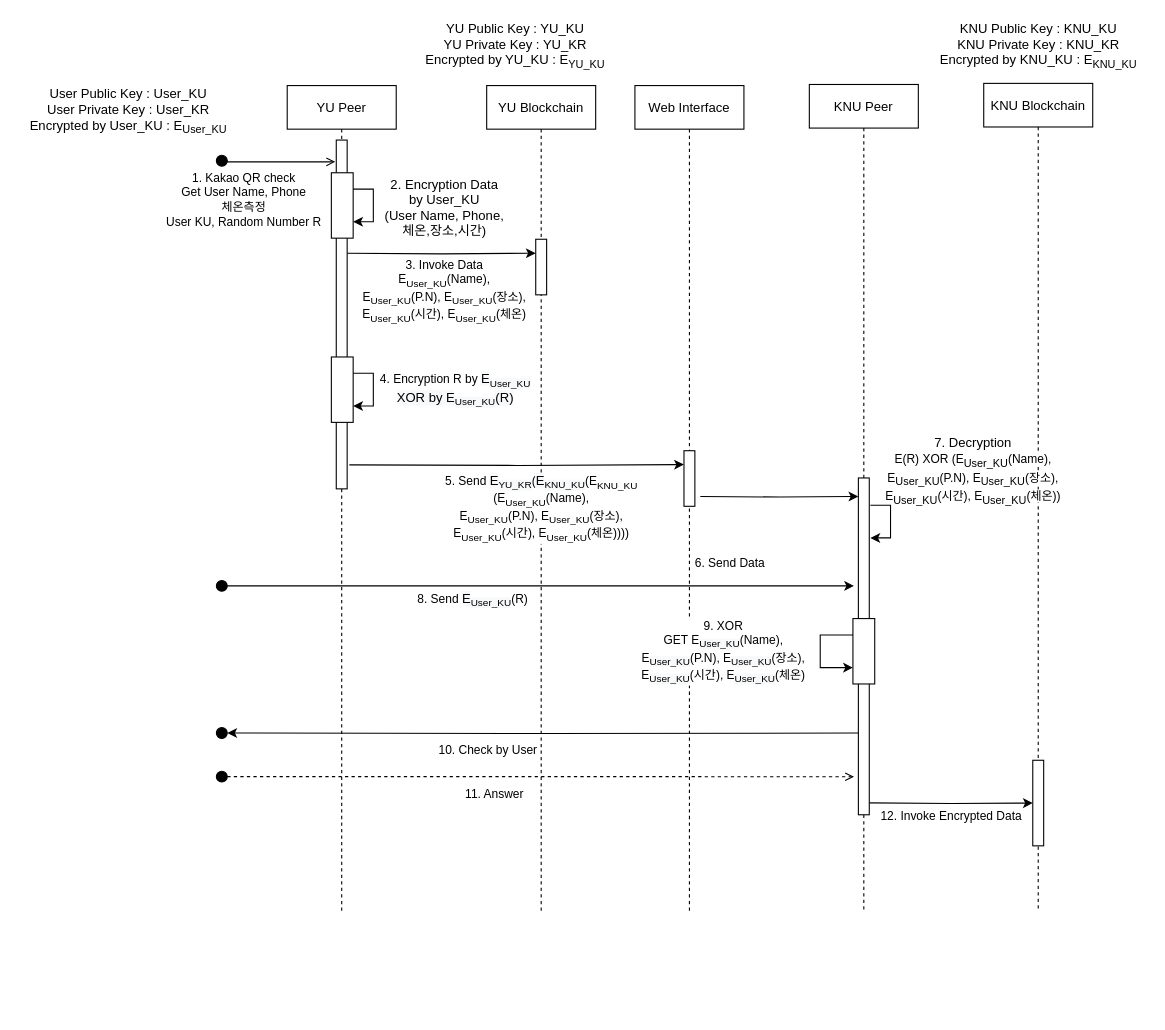
This is page "check by other org" (1 of 3) of Sequence Diagram.drawio from GunhyungKim/TrackingSystem, a draw.io file, before an edit. Source tidied: cells renumbered, new cells numbered last; positions are measured from the earlier drawing's top-left corner, leaving out a move shared by most shapes. Both pictures are drawn from the tidied source at 109%, with x=0, y=0 at pixel (19, 19).
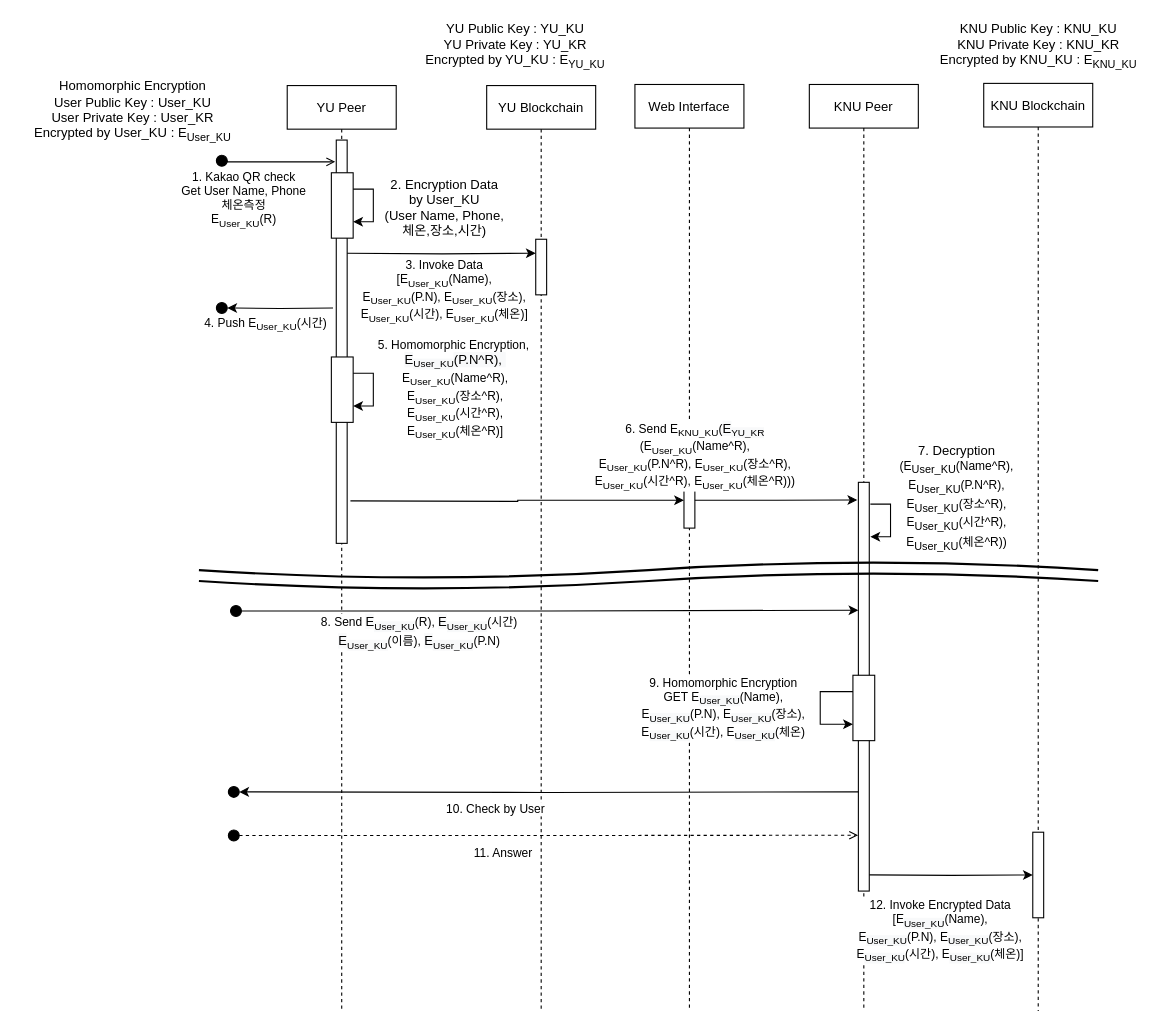
Above is the later version.

Unchanged cells that the change refers to:
```xml
<mxCell id="16" style="edgeStyle=orthogonalEdgeStyle;rounded=0;orthogonalLoop=1;jettySize=auto;html=1;exitX=1;exitY=0.25;exitDx=0;exitDy=0;entryX=1;entryY=0.75;entryDx=0;entryDy=0;" parent="11" edge="1" source="15" target="15">
  <mxGeometry relative="1" as="geometry">
    <Array as="points">
      <mxPoint x="79" y="264" />
      <mxPoint x="79" y="294" />
    </Array>
  </mxGeometry>
</mxCell>
<mxCell id="19" style="edgeStyle=orthogonalEdgeStyle;rounded=0;jettySize=auto;html=1;exitX=1;exitY=0.5;exitDx=0;exitDy=0;endArrow=open;endFill=0;" parent="1" edge="1" source="18">
  <mxGeometry relative="1" as="geometry">
    <mxPoint x="290" y="131" as="targetPoint" />
    <Array as="points">
      <mxPoint x="191" y="131" />
    </Array>
  </mxGeometry>
</mxCell>
<mxCell id="24" style="edgeStyle=orthogonalEdgeStyle;rounded=0;jettySize=auto;html=1;exitX=1;exitY=0.919;exitDx=0;exitDy=0;entryX=0;entryY=0.25;entryDx=0;entryDy=0;exitPerimeter=0;" parent="1" edge="1" target="23">
  <mxGeometry relative="1" as="geometry">
    <mxPoint x="301" y="214.9" as="sourcePoint" />
  </mxGeometry>
</mxCell>
```

The edit, as a diff of the source:
```diff
@@
     <mxCell id="2" value="Web Interface" style="shape=umlLifeline;perimeter=lifelinePerimeter;rounded=0;shadow=0;strokeWidth=1;" parent="1" vertex="1">
-      <mxGeometry x="565" y="61" width="100" height="759" as="geometry" />
+      <mxGeometry x="565" y="60" width="100" height="850" as="geometry" />
     </mxCell>
     <mxCell id="3" style="rounded=0;whiteSpace=wrap;html=1;" parent="2" vertex="1">
-      <mxGeometry x="45" y="335" width="10" height="51" as="geometry" />
+      <mxGeometry x="45" y="356" width="10" height="51" as="geometry" />
     </mxCell>
     <mxCell id="4" value="KNU Peer" style="shape=umlLifeline;perimeter=lifelinePerimeter;rounded=0;shadow=0;strokeWidth=1;" parent="1" vertex="1">
-      <mxGeometry x="725" y="60" width="100" height="759" as="geometry" />
+      <mxGeometry x="725" y="60" width="100" height="850" as="geometry" />
     </mxCell>
     <mxCell id="5" style="rounded=0;whiteSpace=wrap;html=1;" parent="4" vertex="1">
-      <mxGeometry x="45" y="361" width="10" height="309" as="geometry" />
+      <mxGeometry x="45" y="365" width="10" height="375" as="geometry" />
     </mxCell>
     <mxCell id="6" style="rounded=0;whiteSpace=wrap;html=1;fillColor=#FFFFFF;" parent="4" vertex="1">
-      <mxGeometry x="40" y="490" width="20" height="60" as="geometry" />
+      <mxGeometry x="40" y="542" width="20" height="60" as="geometry" />
     </mxCell>
     <mxCell id="7" style="edgeStyle=orthogonalEdgeStyle;rounded=0;orthogonalLoop=1;jettySize=auto;html=1;exitX=0;exitY=0.25;exitDx=0;exitDy=0;entryX=0;entryY=0.75;entryDx=0;entryDy=0;" parent="4" edge="1" source="6" target="6">
       <mxGeometry relative="1" as="geometry">
         <Array as="points">
-          <mxPoint x="10" y="505" />
-          <mxPoint x="10" y="535" />
+          <mxPoint x="10" y="557" />
+          <mxPoint x="10" y="587" />
         </Array>
       </mxGeometry>
     </mxCell>
-    <mxCell id="8" value="9. XOR&lt;br&gt;GET E&lt;sub style=&quot;background-color: rgb(248 , 249 , 250)&quot;&gt;User_KU&lt;/sub&gt;(Name),&lt;br style=&quot;background-color: rgb(248 , 249 , 250)&quot;&gt;E&lt;sub style=&quot;background-color: rgb(248 , 249 , 250)&quot;&gt;User_KU&lt;/sub&gt;(P.N), E&lt;sub style=&quot;background-color: rgb(248 , 249 , 250)&quot;&gt;User_KU&lt;/sub&gt;(장소),&lt;br style=&quot;background-color: rgb(248 , 249 , 250)&quot;&gt;E&lt;sub style=&quot;background-color: rgb(248 , 249 , 250)&quot;&gt;User_KU&lt;/sub&gt;(시간), E&lt;sub style=&quot;background-color: rgb(248 , 249 , 250)&quot;&gt;User_KU&lt;/sub&gt;(체온)" style="edgeLabel;html=1;align=center;verticalAlign=middle;" parent="7" vertex="1">
+    <mxCell id="8" value="9. Homomorphic Encryption&lt;br&gt;GET E&lt;sub style=&quot;background-color: rgb(248 , 249 , 250)&quot;&gt;User_KU&lt;/sub&gt;(Name),&lt;br style=&quot;background-color: rgb(248 , 249 , 250)&quot;&gt;E&lt;sub style=&quot;background-color: rgb(248 , 249 , 250)&quot;&gt;User_KU&lt;/sub&gt;(P.N), E&lt;sub style=&quot;background-color: rgb(248 , 249 , 250)&quot;&gt;User_KU&lt;/sub&gt;(장소),&lt;br style=&quot;background-color: rgb(248 , 249 , 250)&quot;&gt;E&lt;sub style=&quot;background-color: rgb(248 , 249 , 250)&quot;&gt;User_KU&lt;/sub&gt;(시간), E&lt;sub style=&quot;background-color: rgb(248 , 249 , 250)&quot;&gt;User_KU&lt;/sub&gt;(체온)" style="edgeLabel;html=1;align=center;verticalAlign=middle;" parent="7" vertex="1">
       <mxGeometry x="-0.43" y="-3" relative="1" as="geometry">
         <mxPoint x="-94" y="18" as="offset" />
       </mxGeometry>
     </mxCell>
     <mxCell id="9" value="KNU Blockchain" style="shape=umlLifeline;perimeter=lifelinePerimeter;rounded=0;shadow=0;strokeWidth=1;" parent="1" vertex="1">
-      <mxGeometry x="885" y="59" width="100" height="760" as="geometry" />
+      <mxGeometry x="885" y="59" width="100" height="851" as="geometry" />
     </mxCell>
     <mxCell id="10" style="rounded=0;whiteSpace=wrap;html=1;" parent="9" vertex="1">
-      <mxGeometry x="45" y="621" width="10" height="78.5" as="geometry" />
+      <mxGeometry x="45" y="687" width="10" height="78.5" as="geometry" />
     </mxCell>
+    <mxCell id="34" value="7. Decryption&lt;br&gt;&lt;span style=&quot;font-size: 11px ; background-color: rgb(255 , 255 , 255)&quot;&gt;(E&lt;/span&gt;&lt;sub&gt;User_KU&lt;/sub&gt;&lt;span style=&quot;font-size: 11px ; background-color: rgb(255 , 255 , 255)&quot;&gt;(Name^R),&lt;/span&gt;&lt;br style=&quot;font-size: 11px&quot;&gt;&lt;span style=&quot;font-size: 11px ; background-color: rgb(255 , 255 , 255)&quot;&gt;E&lt;/span&gt;&lt;sub&gt;User_KU&lt;/sub&gt;&lt;span style=&quot;font-size: 11px ; background-color: rgb(255 , 255 , 255)&quot;&gt;(P.N^R), &lt;br&gt;E&lt;/span&gt;&lt;sub&gt;User_KU&lt;/sub&gt;&lt;span style=&quot;font-size: 11px ; background-color: rgb(255 , 255 , 255)&quot;&gt;(장소^R),&lt;/span&gt;&lt;br style=&quot;font-size: 11px&quot;&gt;&lt;span style=&quot;font-size: 11px ; background-color: rgb(255 , 255 , 255)&quot;&gt;E&lt;/span&gt;&lt;sub&gt;User_KU&lt;/sub&gt;&lt;span style=&quot;font-size: 11px ; background-color: rgb(255 , 255 , 255)&quot;&gt;(시간^R), &lt;br&gt;E&lt;/span&gt;&lt;sub&gt;User_KU&lt;/sub&gt;&lt;span style=&quot;font-size: 11px ; background-color: rgb(255 , 255 , 255)&quot;&gt;(체온^R))&lt;/span&gt;" style="text;html=1;align=center;verticalAlign=middle;" parent="9" vertex="1">
+      <mxGeometry x="-85" y="325" width="120" height="110" as="geometry" />
+    </mxCell>
     <mxCell id="11" value="YU Peer" style="shape=umlLifeline;perimeter=lifelinePerimeter;rounded=0;shadow=0;strokeWidth=1;" parent="1" vertex="1">
-      <mxGeometry x="246" y="61" width="100" height="759" as="geometry" />
+      <mxGeometry x="246" y="61" width="100" height="849" as="geometry" />
     </mxCell>
     <mxCell id="12" style="rounded=0;whiteSpace=wrap;html=1;" parent="11" vertex="1">
-      <mxGeometry x="45" y="50" width="10" height="320" as="geometry" />
+      <mxGeometry x="45" y="50" width="10" height="370" as="geometry" />
     </mxCell>
@@
-    <mxCell id="17" value="4. Encryption R by&amp;nbsp;&lt;span style=&quot;font-size: 12px ; background-color: rgb(248 , 249 , 250)&quot;&gt;E&lt;/span&gt;&lt;sub style=&quot;background-color: rgb(248 , 249 , 250)&quot;&gt;User_KU&lt;/sub&gt;&lt;br&gt;&lt;span style=&quot;font-size: 12px ; background-color: rgb(248 , 249 , 250)&quot;&gt;XOR by&amp;nbsp;&lt;/span&gt;&lt;span style=&quot;font-size: 12px ; background-color: rgb(248 , 249 , 250)&quot;&gt;E&lt;/span&gt;&lt;sub style=&quot;background-color: rgb(248 , 249 , 250)&quot;&gt;User_KU&lt;/sub&gt;&lt;span style=&quot;font-size: 12px ; background-color: rgb(248 , 249 , 250)&quot;&gt;(R)&lt;/span&gt;&lt;sub style=&quot;background-color: rgb(248 , 249 , 250)&quot;&gt;&lt;br&gt;&lt;/sub&gt;" style="edgeLabel;html=1;align=center;verticalAlign=middle;" parent="16" vertex="1">
+    <mxCell id="17" value="5. Homomorphic Encryption,&amp;nbsp;&lt;br&gt;&lt;span style=&quot;font-size: 12px ; background-color: rgb(248 , 249 , 250)&quot;&gt;E&lt;/span&gt;&lt;sub style=&quot;background-color: rgb(248 , 249 , 250)&quot;&gt;User_KU&lt;/sub&gt;&lt;span style=&quot;font-size: 12px ; background-color: rgb(248 , 249 , 250)&quot;&gt;(P.N^R),&amp;nbsp;&lt;br&gt;&lt;/span&gt;E&lt;sub&gt;User_KU&lt;/sub&gt;(Name^R), &lt;br&gt;E&lt;sub&gt;User_KU&lt;/sub&gt;(장소^R),&lt;br&gt;E&lt;sub&gt;User_KU&lt;/sub&gt;(시간^R), &lt;br&gt;E&lt;sub&gt;User_KU&lt;/sub&gt;(체온^R)]&lt;sub style=&quot;background-color: rgb(248 , 249 , 250)&quot;&gt;&lt;br&gt;&lt;/sub&gt;" style="edgeLabel;html=1;align=center;verticalAlign=middle;" parent="16" vertex="1">
       <mxGeometry x="-0.45" y="-4" relative="1" as="geometry">
         <mxPoint x="74.5" y="10" as="offset" />
       </mxGeometry>
     </mxCell>
@@
-    <mxCell id="20" value="1. Kakao QR check&lt;br&gt;Get User Name, Phone&lt;br&gt;체온측정&lt;br&gt;User KU, Random Number R" style="edgeLabel;html=1;align=center;verticalAlign=middle;" parent="19" vertex="1">
+    <mxCell id="20" value="1. Kakao QR check&lt;br&gt;Get User Name, Phone&lt;br&gt;체온측정&lt;br&gt;E&lt;sub&gt;User_KU&lt;/sub&gt;(R)" style="edgeLabel;html=1;align=center;verticalAlign=middle;" parent="19" vertex="1">
       <mxGeometry x="0.26" y="1" relative="1" as="geometry">
         <mxPoint x="-48" y="35" as="offset" />
       </mxGeometry>
     </mxCell>
@@
     <mxCell id="22" value="YU Blockchain" style="shape=umlLifeline;perimeter=lifelinePerimeter;rounded=0;shadow=0;strokeWidth=1;" parent="1" vertex="1">
-      <mxGeometry x="429" y="61" width="100" height="760" as="geometry" />
+      <mxGeometry x="429" y="61" width="100" height="849" as="geometry" />
     </mxCell>
@@
-    <mxCell id="25" value="3. Invoke Data&lt;br&gt;E&lt;sub&gt;User_KU&lt;/sub&gt;(Name),&lt;br&gt;E&lt;sub&gt;User_KU&lt;/sub&gt;(P.N), E&lt;sub&gt;User_KU&lt;/sub&gt;(장소),&lt;br&gt;E&lt;sub&gt;User_KU&lt;/sub&gt;(시간), E&lt;sub&gt;User_KU&lt;/sub&gt;(체온)" style="edgeLabel;html=1;align=center;verticalAlign=middle;" parent="24" vertex="1">
+    <mxCell id="25" value="3. Invoke Data&lt;br&gt;[E&lt;sub&gt;User_KU&lt;/sub&gt;(Name),&lt;br&gt;E&lt;sub&gt;User_KU&lt;/sub&gt;(P.N), E&lt;sub&gt;User_KU&lt;/sub&gt;(장소),&lt;br&gt;E&lt;sub&gt;User_KU&lt;/sub&gt;(시간), E&lt;sub&gt;User_KU&lt;/sub&gt;(체온)]" style="edgeLabel;html=1;align=center;verticalAlign=middle;" parent="24" vertex="1">
       <mxGeometry x="-0.23" y="1" relative="1" as="geometry">
         <mxPoint x="21" y="35.1" as="offset" />
       </mxGeometry>
     </mxCell>
-    <mxCell id="26" style="edgeStyle=orthogonalEdgeStyle;rounded=0;jettySize=auto;html=1;exitX=1.2;exitY=0.958;exitDx=0;exitDy=0;entryX=0;entryY=0.25;entryDx=0;entryDy=0;exitPerimeter=0;" parent="1" edge="1" target="3">
+    <mxCell id="26" style="edgeStyle=orthogonalEdgeStyle;rounded=0;jettySize=auto;html=1;entryX=0;entryY=0.5;entryDx=0;entryDy=0;" parent="1" edge="1" target="3">
       <mxGeometry relative="1" as="geometry">
-        <mxPoint x="303" y="409" as="sourcePoint" />
+        <mxPoint x="304" y="442" as="sourcePoint" />
       </mxGeometry>
     </mxCell>
-    <mxCell id="27" value="5. Send&amp;nbsp;&lt;span style=&quot;font-size: 12px ; background-color: rgb(248 , 249 , 250)&quot;&gt;E&lt;/span&gt;&lt;sub style=&quot;background-color: rgb(248 , 249 , 250)&quot;&gt;YU_KR&lt;/sub&gt;(&lt;span style=&quot;font-size: 12px ; background-color: rgb(248 , 249 , 250)&quot;&gt;E&lt;/span&gt;&lt;sub style=&quot;background-color: rgb(248 , 249 , 250)&quot;&gt;KNU_KU&lt;/sub&gt;(E&lt;sub&gt;KNU_KU&lt;br&gt;&lt;/sub&gt;(E&lt;sub&gt;User_KU&lt;/sub&gt;(Name),&lt;br&gt;E&lt;sub&gt;User_KU&lt;/sub&gt;(P.N), E&lt;sub&gt;User_KU&lt;/sub&gt;(장소),&lt;br&gt;E&lt;sub&gt;User_KU&lt;/sub&gt;(시간), E&lt;sub&gt;User_KU&lt;/sub&gt;(체온))))" style="edgeLabel;html=1;align=center;verticalAlign=middle;" parent="26" vertex="1">
+    <mxCell id="27" value="6. Send E&lt;sub&gt;KNU_KU&lt;/sub&gt;(&lt;span style=&quot;font-size: 12px ; background-color: rgb(248 , 249 , 250)&quot;&gt;E&lt;/span&gt;&lt;sub style=&quot;background-color: rgb(248 , 249 , 250)&quot;&gt;YU_KR&lt;/sub&gt;&lt;sub&gt;&lt;br&gt;&lt;/sub&gt;(E&lt;sub&gt;User_KU&lt;/sub&gt;(Name^R),&lt;br&gt;E&lt;sub&gt;User_KU&lt;/sub&gt;(P.N^R), E&lt;sub&gt;User_KU&lt;/sub&gt;(장소^R),&lt;br&gt;E&lt;sub&gt;User_KU&lt;/sub&gt;(시간^R), E&lt;sub&gt;User_KU&lt;/sub&gt;(체온^R)))" style="edgeLabel;html=1;align=center;verticalAlign=middle;" parent="26" vertex="1">
       <mxGeometry x="-0.62" y="-2" relative="1" as="geometry">
-        <mxPoint x="118" y="37" as="offset" />
+        <mxPoint x="258" y="-44" as="offset" />
       </mxGeometry>
     </mxCell>
-    <mxCell id="28" style="edgeStyle=orthogonalEdgeStyle;rounded=0;jettySize=auto;html=1;entryX=0;entryY=0.055;entryDx=0;entryDy=0;entryPerimeter=0;" parent="1" edge="1" target="5">
-      <mxGeometry relative="1" as="geometry">
-        <mxPoint x="625" y="438" as="sourcePoint" />
-      </mxGeometry>
+    <mxCell id="28" style="edgeStyle=orthogonalEdgeStyle;rounded=0;jettySize=auto;html=1;entryX=-0.1;entryY=0.043;entryDx=0;entryDy=0;entryPerimeter=0;exitX=1;exitY=0.5;exitDx=0;exitDy=0;" parent="1" edge="1" source="3" target="5">
+      <mxGeometry relative="1" as="geometry" />
     </mxCell>
-    <mxCell id="29" value="6. Send Data" style="edgeLabel;html=1;align=center;verticalAlign=middle;" parent="28" vertex="1">
-      <mxGeometry y="49" relative="1" as="geometry">
-        <mxPoint x="2" y="60" as="offset" />
-      </mxGeometry>
-    </mxCell>
-    <mxCell id="30" value="User Public Key : User_KU&lt;br&gt;User Private Key : User_KR&lt;br&gt;Encrypted by User_KU : E&lt;sub&gt;User_KU&lt;/sub&gt;" style="text;html=1;align=center;verticalAlign=middle;" parent="1" vertex="1">
-      <mxGeometry y="60" width="200" height="50" as="geometry" />
+    <mxCell id="30" value="Homomorphic Encryption&lt;br&gt;User Public Key : User_KU&lt;br&gt;User Private Key : User_KR&lt;br&gt;Encrypted by User_KU : E&lt;sub&gt;User_KU&lt;/sub&gt;" style="text;html=1;align=center;verticalAlign=middle;" parent="1" vertex="1">
+      <mxGeometry x="4" y="50" width="200" height="70" as="geometry" />
     </mxCell>
@@
     <mxCell id="33" style="edgeStyle=orthogonalEdgeStyle;rounded=0;orthogonalLoop=1;jettySize=auto;html=1;exitX=1;exitY=0.25;exitDx=0;exitDy=0;entryX=1;entryY=0.75;entryDx=0;entryDy=0;" parent="1" edge="1">
       <mxGeometry relative="1" as="geometry">
-        <mxPoint x="781" y="446" as="sourcePoint" />
-        <mxPoint x="781" y="476" as="targetPoint" />
+        <mxPoint x="781" y="445" as="sourcePoint" />
+        <mxPoint x="781" y="475" as="targetPoint" />
         <Array as="points">
-          <mxPoint x="799.5" y="446" />
-          <mxPoint x="799.5" y="476" />
+          <mxPoint x="799.5" y="445" />
+          <mxPoint x="799.5" y="475" />
         </Array>
       </mxGeometry>
     </mxCell>
-    <mxCell id="34" value="7. Decryption&lt;br&gt;&lt;span style=&quot;font-size: 11px ; background-color: rgb(255 , 255 , 255)&quot;&gt;E(R) XOR (E&lt;/span&gt;&lt;sub&gt;User_KU&lt;/sub&gt;&lt;span style=&quot;font-size: 11px ; background-color: rgb(255 , 255 , 255)&quot;&gt;(Name),&lt;/span&gt;&lt;br style=&quot;font-size: 11px&quot;&gt;&lt;span style=&quot;font-size: 11px ; background-color: rgb(255 , 255 , 255)&quot;&gt;E&lt;/span&gt;&lt;sub&gt;User_KU&lt;/sub&gt;&lt;span style=&quot;font-size: 11px ; background-color: rgb(255 , 255 , 255)&quot;&gt;(P.N), E&lt;/span&gt;&lt;sub&gt;User_KU&lt;/sub&gt;&lt;span style=&quot;font-size: 11px ; background-color: rgb(255 , 255 , 255)&quot;&gt;(장소),&lt;/span&gt;&lt;br style=&quot;font-size: 11px&quot;&gt;&lt;span style=&quot;font-size: 11px ; background-color: rgb(255 , 255 , 255)&quot;&gt;E&lt;/span&gt;&lt;sub&gt;User_KU&lt;/sub&gt;&lt;span style=&quot;font-size: 11px ; background-color: rgb(255 , 255 , 255)&quot;&gt;(시간), E&lt;/span&gt;&lt;sub&gt;User_KU&lt;/sub&gt;&lt;span style=&quot;font-size: 11px ; background-color: rgb(255 , 255 , 255)&quot;&gt;(체온))&lt;/span&gt;" style="text;html=1;align=center;verticalAlign=middle;" parent="1" vertex="1">
-      <mxGeometry x="785" y="380" width="180" height="70" as="geometry" />
-    </mxCell>
-    <mxCell id="35" style="edgeStyle=orthogonalEdgeStyle;rounded=0;jettySize=auto;html=1;exitX=1;exitY=0.5;exitDx=0;exitDy=0;" parent="1" edge="1" source="37">
+    <mxCell id="35" style="edgeStyle=orthogonalEdgeStyle;rounded=0;jettySize=auto;html=1;exitX=1;exitY=0.5;exitDx=0;exitDy=0;entryX=0;entryY=0.25;entryDx=0;entryDy=0;" parent="1" edge="1" source="37">
       <mxGeometry relative="1" as="geometry">
-        <mxPoint x="766" y="520" as="targetPoint" />
+        <mxPoint x="770" y="542.3" as="targetPoint" />
       </mxGeometry>
     </mxCell>
-    <mxCell id="36" value="8. Send&amp;nbsp;&lt;span style=&quot;font-size: 12px ; background-color: rgb(248 , 249 , 250)&quot;&gt;E&lt;/span&gt;&lt;sub style=&quot;background-color: rgb(248 , 249 , 250)&quot;&gt;User_KU&lt;/sub&gt;(R)" style="edgeLabel;html=1;align=center;verticalAlign=middle;" parent="35" vertex="1">
+    <mxCell id="36" value="8. Send&amp;nbsp;&lt;span style=&quot;font-size: 12px ; background-color: rgb(248 , 249 , 250)&quot;&gt;E&lt;/span&gt;&lt;sub style=&quot;background-color: rgb(248 , 249 , 250)&quot;&gt;User_KU&lt;/sub&gt;(R),&amp;nbsp;&lt;span style=&quot;font-size: 12px ; background-color: rgb(248 , 249 , 250)&quot;&gt;E&lt;/span&gt;&lt;sub style=&quot;background-color: rgb(248 , 249 , 250)&quot;&gt;User_KU&lt;/sub&gt;(시간)&lt;br&gt;&lt;span style=&quot;font-size: 12px ; background-color: rgb(248 , 249 , 250)&quot;&gt;E&lt;/span&gt;&lt;sub style=&quot;background-color: rgb(248 , 249 , 250)&quot;&gt;User_KU&lt;/sub&gt;(이름),&amp;nbsp;&lt;span style=&quot;font-size: 12px ; background-color: rgb(248 , 249 , 250)&quot;&gt;E&lt;/span&gt;&lt;sub style=&quot;background-color: rgb(248 , 249 , 250)&quot;&gt;User_KU&lt;/sub&gt;(P.N)" style="edgeLabel;html=1;align=center;verticalAlign=middle;" parent="35" vertex="1">
       <mxGeometry x="-0.28" y="-1" relative="1" as="geometry">
-        <mxPoint x="17" y="11.8" as="offset" />
+        <mxPoint x="-42" y="18" as="offset" />
       </mxGeometry>
     </mxCell>
     <mxCell id="37" style="ellipse;whiteSpace=wrap;html=1;fillColor=#000000;" parent="1" vertex="1">
-      <mxGeometry x="181" y="515" width="10" height="10" as="geometry" />
+      <mxGeometry x="194" y="538" width="10" height="10" as="geometry" />
     </mxCell>
     <mxCell id="38" style="edgeStyle=orthogonalEdgeStyle;rounded=0;jettySize=auto;html=1;exitX=1;exitY=0.958;exitDx=0;exitDy=0;entryX=0;entryY=0.5;entryDx=0;entryDy=0;exitPerimeter=0;" parent="1" edge="1" target="10">
       <mxGeometry relative="1" as="geometry">
-        <mxPoint x="780" y="719.1" as="sourcePoint" />
+        <mxPoint x="780" y="785.1" as="sourcePoint" />
       </mxGeometry>
     </mxCell>
-    <mxCell id="39" value="12. Invoke Encrypted Data" style="edgeLabel;html=1;align=center;verticalAlign=middle;" parent="38" vertex="1">
+    <mxCell id="39" value="12. Invoke Encrypted Data&lt;br&gt;[E&lt;sub style=&quot;background-color: rgb(248 , 249 , 250)&quot;&gt;User_KU&lt;/sub&gt;(Name),&lt;br style=&quot;background-color: rgb(248 , 249 , 250)&quot;&gt;E&lt;sub style=&quot;background-color: rgb(248 , 249 , 250)&quot;&gt;User_KU&lt;/sub&gt;(P.N), E&lt;sub style=&quot;background-color: rgb(248 , 249 , 250)&quot;&gt;User_KU&lt;/sub&gt;(장소),&lt;br style=&quot;background-color: rgb(248 , 249 , 250)&quot;&gt;E&lt;sub style=&quot;background-color: rgb(248 , 249 , 250)&quot;&gt;User_KU&lt;/sub&gt;(시간), E&lt;sub style=&quot;background-color: rgb(248 , 249 , 250)&quot;&gt;User_KU&lt;/sub&gt;(체온)]" style="edgeLabel;html=1;align=center;verticalAlign=middle;" parent="38" vertex="1">
       <mxGeometry x="-0.35" relative="1" as="geometry">
-        <mxPoint x="26" y="10.9" as="offset" />
+        <mxPoint x="16" y="50.9" as="offset" />
       </mxGeometry>
     </mxCell>
     <mxCell id="40" style="edgeStyle=orthogonalEdgeStyle;rounded=0;jettySize=auto;html=1;entryX=1;entryY=0.5;entryDx=0;entryDy=0;endArrow=classic;endFill=1;" parent="1" edge="1" target="42">
       <mxGeometry relative="1" as="geometry">
-        <mxPoint x="770" y="655" as="sourcePoint" />
+        <mxPoint x="770" y="709" as="sourcePoint" />
       </mxGeometry>
     </mxCell>
@@
     <mxCell id="42" style="ellipse;whiteSpace=wrap;html=1;fillColor=#000000;" parent="1" vertex="1">
-      <mxGeometry x="181" y="650" width="10" height="10" as="geometry" />
+      <mxGeometry x="192" y="704" width="10" height="10" as="geometry" />
     </mxCell>
-    <mxCell id="43" style="edgeStyle=orthogonalEdgeStyle;rounded=0;jettySize=auto;html=1;exitX=1;exitY=0.5;exitDx=0;exitDy=0;entryX=-0.4;entryY=0.887;entryDx=0;entryDy=0;entryPerimeter=0;dashed=1;endArrow=open;endFill=0;" parent="1" edge="1" source="45" target="5">
-      <mxGeometry relative="1" as="geometry" />
+    <mxCell id="43" style="edgeStyle=orthogonalEdgeStyle;rounded=0;jettySize=auto;html=1;exitX=1;exitY=0.5;exitDx=0;exitDy=0;dashed=1;endArrow=open;endFill=0;entryX=-0.033;entryY=0.886;entryDx=0;entryDy=0;entryPerimeter=0;" parent="1" edge="1" source="45">
+      <mxGeometry relative="1" as="geometry">
+        <mxPoint x="769.7" y="748.8" as="targetPoint" />
+      </mxGeometry>
     </mxCell>
@@
     <mxCell id="45" style="ellipse;whiteSpace=wrap;html=1;fillColor=#000000;" parent="1" vertex="1">
-      <mxGeometry x="181" y="690" width="10" height="10" as="geometry" />
+      <mxGeometry x="192" y="744" width="10" height="10" as="geometry" />
     </mxCell>
+    <mxCell id="46" style="shape=tape;whiteSpace=wrap;html=1;strokeWidth=2;size=1;" parent="1" vertex="1">
+      <mxGeometry x="165" y="498" width="825" height="15" as="geometry" />
+    </mxCell>
+    <mxCell id="47" style="shape=tape;whiteSpace=wrap;html=1;strokeWidth=2;size=1;" parent="1" vertex="1">
+      <mxGeometry x="165" y="508" width="825" height="15" as="geometry" />
+    </mxCell>
+    <mxCell id="48" style="ellipse;whiteSpace=wrap;html=1;fillColor=#000000;" parent="1" vertex="1">
+      <mxGeometry x="181" y="260" width="10" height="10" as="geometry" />
+    </mxCell>
+    <mxCell id="49" style="edgeStyle=orthogonalEdgeStyle;rounded=0;jettySize=auto;html=1;entryX=1;entryY=0.5;entryDx=0;entryDy=0;" parent="1" edge="1" target="48">
+      <mxGeometry relative="1" as="geometry">
+        <mxPoint x="288" y="265" as="sourcePoint" />
+      </mxGeometry>
+    </mxCell>
+    <mxCell id="50" value="4. Push E&lt;sub&gt;User_KU&lt;/sub&gt;(시간)" style="edgeLabel;html=1;align=center;verticalAlign=middle;" parent="49" vertex="1">
+      <mxGeometry x="0.71" y="1" relative="1" as="geometry">
+        <mxPoint x="20" y="14" as="offset" />
+      </mxGeometry>
+    </mxCell>
```
